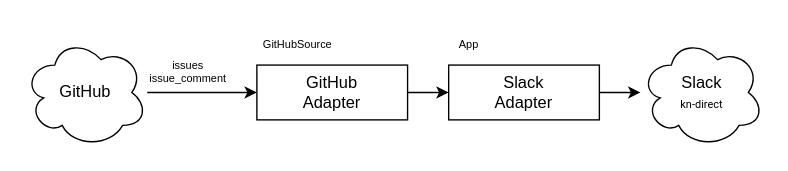
knativecon/demo22 keeps this draw.io diagram as doc/pattern1.drawio. Above is the earlier version. Source tidied: cells renumbered, new cells numbered last; positions are measured from the earlier drawing's top-left corner, leaving out a move shared by most shapes. Both pictures are drawn from the tidied source at 137%, with x=0, y=0 at pixel (23, 23).
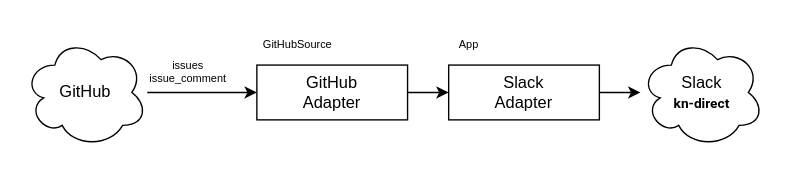
After the change.

What changed in the source:
```diff
@@
 <mxGraphModel>
   <root>
     <mxCell id="0" />
     <mxCell id="1" parent="0" />
     <mxCell id="2" style="edgeStyle=orthogonalEdgeStyle;rounded=0;jettySize=auto;html=1;" parent="1" edge="1" source="3" target="5">
       <mxGeometry relative="1" as="geometry" />
     </mxCell>
     <mxCell id="3" value="GitHub" style="ellipse;shape=cloud;whiteSpace=wrap;html=1;" parent="1" vertex="1">
       <mxGeometry y="10" width="90" height="80" as="geometry" />
     </mxCell>
     <mxCell id="4" style="edgeStyle=orthogonalEdgeStyle;rounded=0;jettySize=auto;html=1;" parent="1" edge="1" source="5" target="7">
       <mxGeometry relative="1" as="geometry" />
     </mxCell>
     <mxCell id="5" value="GitHub&lt;br&gt;Adapter" style="rounded=0;whiteSpace=wrap;html=1;" parent="1" vertex="1">
       <mxGeometry x="170" y="30" width="110" height="40" as="geometry" />
     </mxCell>
     <mxCell id="6" style="edgeStyle=orthogonalEdgeStyle;rounded=0;jettySize=auto;html=1;" parent="1" edge="1" source="7" target="8">
       <mxGeometry relative="1" as="geometry" />
     </mxCell>
     <mxCell id="7" value="Slack&lt;br&gt;Adapter" style="rounded=0;whiteSpace=wrap;html=1;" parent="1" vertex="1">
       <mxGeometry x="310" y="30" width="110" height="40" as="geometry" />
     </mxCell>
-    <mxCell id="8" value="Slack&lt;br&gt;&lt;span style=&quot;font-family: roboto; font-size: 8px;&quot;&gt;kn-direct&lt;/span&gt;" style="ellipse;shape=cloud;whiteSpace=wrap;html=1;" parent="1" vertex="1">
+    <mxCell id="8" value="Slack&lt;br&gt;&lt;span style=&quot;font-family: roboto;&quot;&gt;&lt;b style=&quot;&quot;&gt;&lt;font style=&quot;font-size: 10px;&quot;&gt;kn-direct&lt;/font&gt;&lt;/b&gt;&lt;/span&gt;" style="ellipse;shape=cloud;whiteSpace=wrap;html=1;" parent="1" vertex="1">
       <mxGeometry x="450" y="10" width="90" height="80" as="geometry" />
     </mxCell>
     <mxCell id="9" value="App" style="text;html=1;strokeColor=none;fillColor=none;align=center;verticalAlign=middle;whiteSpace=wrap;rounded=0;fontSize=8;" parent="1" vertex="1">
       <mxGeometry x="310" width="30" height="30" as="geometry" />
     </mxCell>
     <mxCell id="10" value="GitHubSource" style="text;html=1;strokeColor=none;fillColor=none;align=center;verticalAlign=middle;whiteSpace=wrap;rounded=0;fontSize=8;" parent="1" vertex="1">
       <mxGeometry x="170" width="60" height="30" as="geometry" />
     </mxCell>
     <mxCell id="11" value="issues&lt;br&gt;issue_comment" style="text;html=1;strokeColor=none;fillColor=none;align=center;verticalAlign=middle;whiteSpace=wrap;rounded=0;fontSize=8;" parent="1" vertex="1">
       <mxGeometry x="90" y="20" width="60" height="30" as="geometry" />
     </mxCell>
   </root>
 </mxGraphModel>
```
